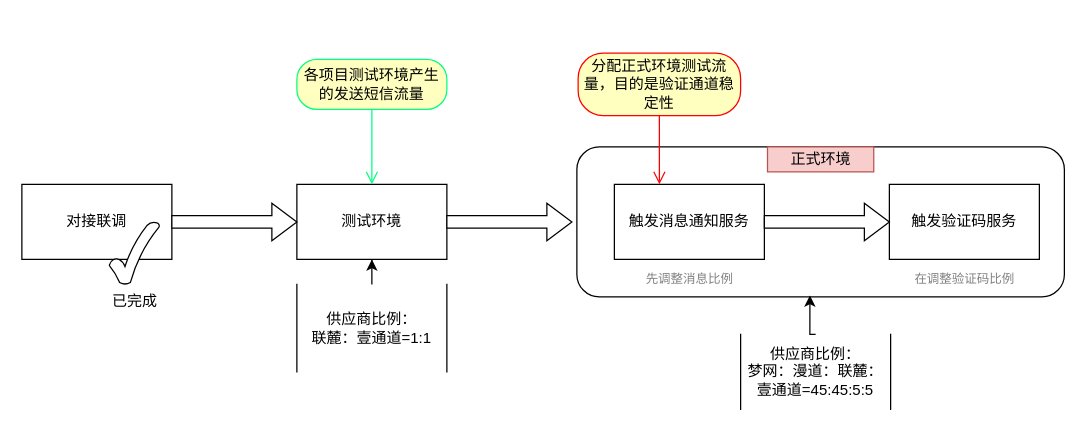
Earlier version of the draw.io diagram 短信业务.drawio (lingyukong/iodraw-files). Source tidied: cells renumbered, new cells numbered last; positions are measured from the earlier drawing's top-left corner, leaving out a move shared by most shapes. Both pictures are drawn from the tidied source at 125%, with x=0, y=0 at pixel (21, 52).
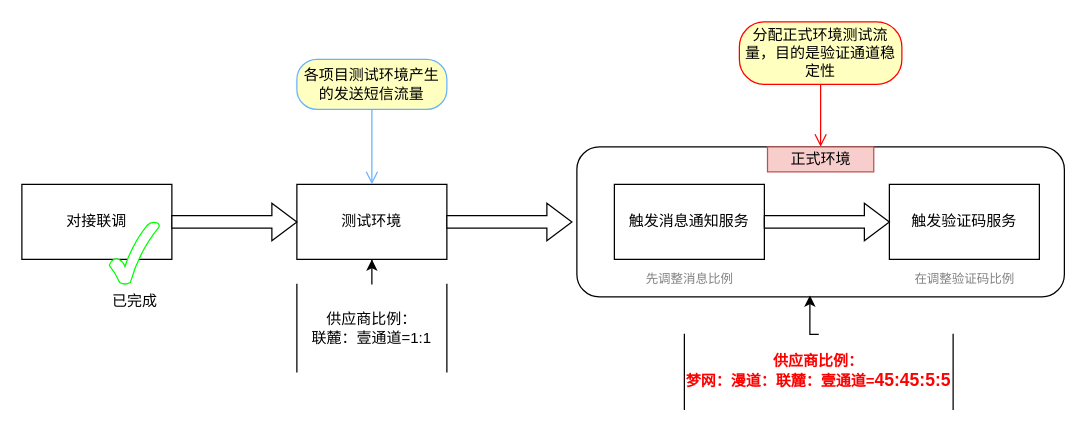
The same page after the edit.

Commit message:
更新短信业务.drawio

The change refers to these unchanged cells:
```xml
<mxCell id="18" value="正式环境" style="text;html=1;whiteSpace=wrap;strokeColor=#b85450;fillColor=#f8cecc;align=center;verticalAlign=middle;rounded=0;" parent="1" vertex="1">
  <mxGeometry x="596.5" y="75" width="85" height="20" as="geometry" />
</mxCell>
```

What changed in the source:
```diff
@@
-    <mxCell id="6" value="已完成" style="verticalLabelPosition=bottom;verticalAlign=top;html=1;shape=mxgraph.basic.tick;" parent="1" vertex="1">
+    <mxCell id="6" value="已完成" style="verticalLabelPosition=bottom;verticalAlign=top;html=1;shape=mxgraph.basic.tick;strokeColor=#00FF00;" parent="1" vertex="1">
       <mxGeometry x="70" y="135" width="40" height="50" as="geometry" />
     </mxCell>
@@
-    <mxCell id="9" value="各项目测试环境产生的发送短信流量" style="rounded=1;whiteSpace=wrap;html=1;arcSize=40;fontColor=#000000;fillColor=#ffffc0;strokeColor=#00FF80;" parent="1" vertex="1">
+    <mxCell id="9" value="各项目测试环境产生的发送短信流量" style="rounded=1;whiteSpace=wrap;html=1;arcSize=40;fontColor=#000000;fillColor=#ffffc0;strokeColor=#66B2FF;" parent="1" vertex="1">
       <mxGeometry x="220" y="5" width="120" height="40" as="geometry" />
     </mxCell>
-    <mxCell id="10" style="edgeStyle=orthogonalEdgeStyle;html=1;verticalAlign=bottom;endArrow=open;endSize=8;strokeColor=#00FF80;rounded=0;" parent="1" edge="1" source="9">
+    <mxCell id="10" style="edgeStyle=orthogonalEdgeStyle;html=1;verticalAlign=bottom;endArrow=open;endSize=8;strokeColor=#66B2FF;rounded=0;" parent="1" edge="1" source="9">
       <mxGeometry relative="1" as="geometry">
         <mxPoint x="280" y="105" as="targetPoint" />
       </mxGeometry>
     </mxCell>
     <mxCell id="11" value="分配正式环境测试流量，目的是验证通道稳定性" style="rounded=1;whiteSpace=wrap;html=1;arcSize=40;fontColor=#000000;fillColor=#ffffc0;strokeColor=#ff0000;" parent="1" vertex="1">
-      <mxGeometry x="445" width="130" height="50" as="geometry" />
+      <mxGeometry x="574" y="-25" width="130" height="50" as="geometry" />
     </mxCell>
-    <mxCell id="12" style="edgeStyle=orthogonalEdgeStyle;html=1;verticalAlign=bottom;endArrow=open;endSize=8;strokeColor=#ff0000;rounded=0;" parent="1" edge="1" source="11">
-      <mxGeometry relative="1" as="geometry">
-        <mxPoint x="510" y="105" as="targetPoint" />
-      </mxGeometry>
+    <mxCell id="12" style="edgeStyle=orthogonalEdgeStyle;html=1;verticalAlign=bottom;endArrow=open;endSize=8;strokeColor=#ff0000;rounded=0;entryX=0.5;entryY=0;entryDx=0;entryDy=0;" parent="1" edge="1" source="11" target="18">
+      <mxGeometry relative="1" as="geometry" />
     </mxCell>
@@
-    <mxCell id="15" value="供应商比例：&lt;div&gt;梦网：漫道：联麓：壹通道=45:45:5:5&lt;/div&gt;" style="shape=partialRectangle;whiteSpace=wrap;html=1;top=0;bottom=0;fillColor=none;" parent="1" vertex="1">
-      <mxGeometry x="575" y="225" width="120" height="60" as="geometry" />
+    <mxCell id="15" value="&lt;span style=&quot;color: rgb(255, 0, 0);&quot;&gt;&lt;b&gt;供应商比例：&lt;/b&gt;&lt;/span&gt;&lt;div&gt;&lt;span style=&quot;color: rgb(255, 0, 0);&quot;&gt;&lt;b&gt;梦网：漫道：联麓：壹通道=&lt;font style=&quot;font-size: 14px;&quot;&gt;45:45:5:5&lt;/font&gt;&lt;/b&gt;&lt;/span&gt;&lt;/div&gt;" style="shape=partialRectangle;whiteSpace=wrap;html=1;top=0;bottom=0;fillColor=none;" parent="1" vertex="1">
+      <mxGeometry x="530" y="225" width="215" height="60" as="geometry" />
     </mxCell>
```
